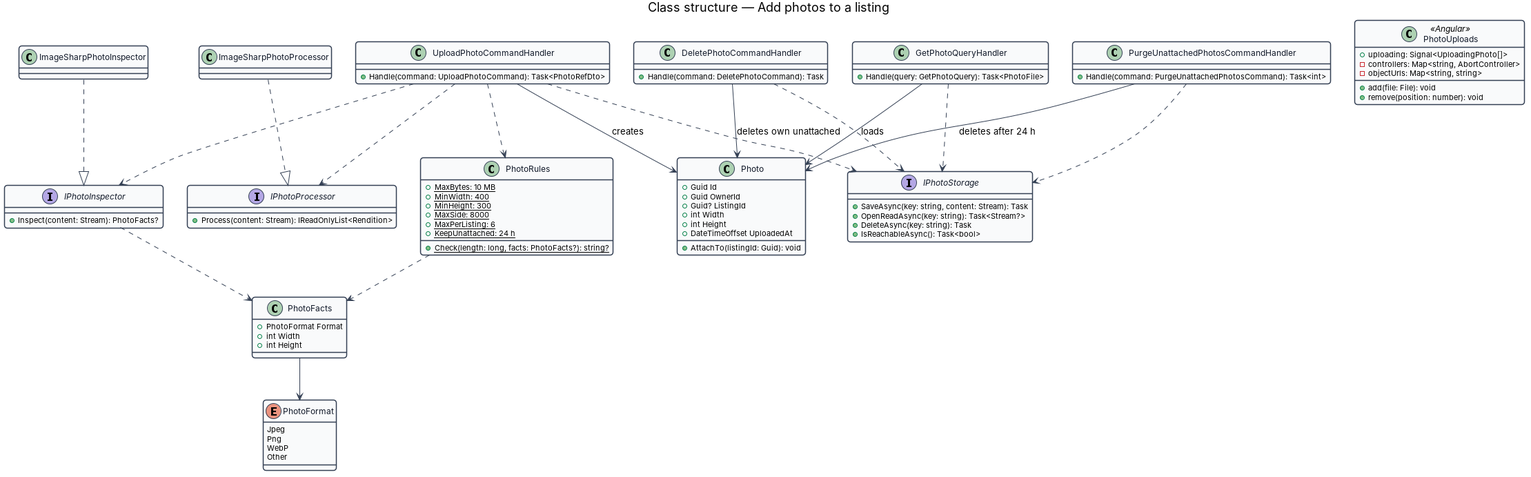
QuinntyneBrown/christian-rent keeps this PlantUML diagram as docs/detailed-designs/post/add-photos/diagrams/class-structure.png. Above is the earlier version. Its source is kept beside it as docs/detailed-designs/post/add-photos/diagrams/class-structure.puml.
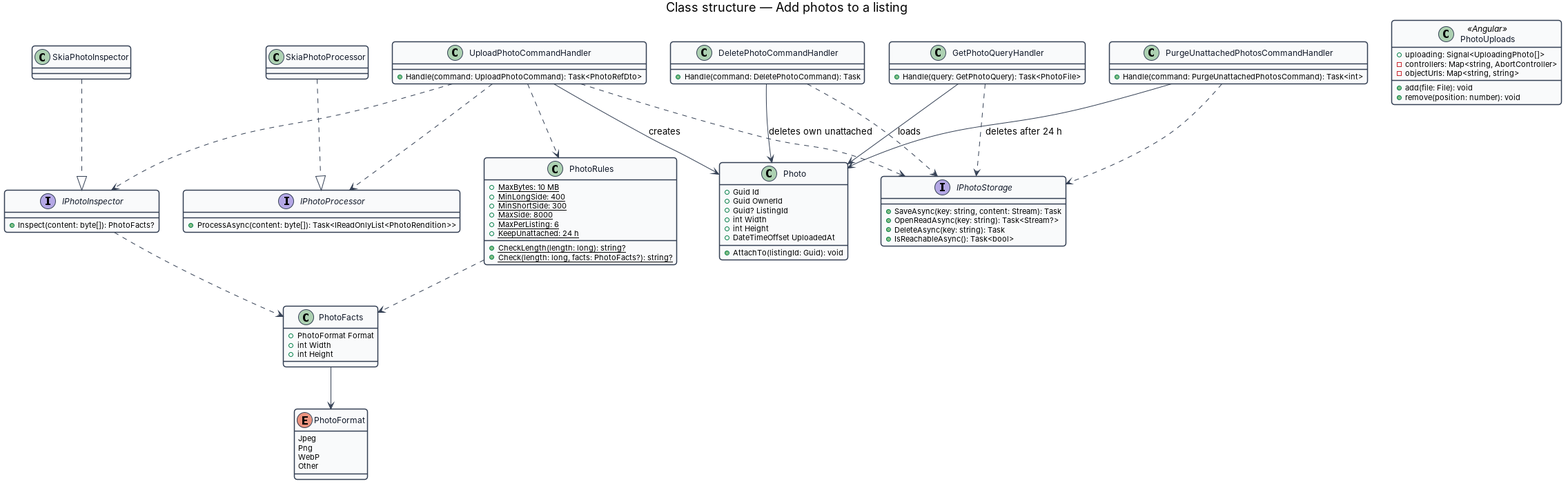
After the change.

Commit message:
Refuse a photo by its content, size and sides with its code, and only a member may upload; choose SkiaSharp over ImageSharp

Diff of the diagram source:
```diff
@@ -33,18 +33,19 @@
 }
 class PhotoRules {
   +{static} MaxBytes: 10 MB
-  +{static} MinWidth: 400
-  +{static} MinHeight: 300
+  +{static} MinLongSide: 400
+  +{static} MinShortSide: 300
   +{static} MaxSide: 8000
   +{static} MaxPerListing: 6
   +{static} KeepUnattached: 24 h
+  +{static} CheckLength(length: long): string?
   +{static} Check(length: long, facts: PhotoFacts?): string?
 }
 interface IPhotoInspector {
-  +Inspect(content: Stream): PhotoFacts?
+  +Inspect(content: byte[]): PhotoFacts?
 }
 interface IPhotoProcessor {
-  +Process(content: Stream): IReadOnlyList<Rendition>
+  +ProcessAsync(content: byte[]): Task<IReadOnlyList<PhotoRendition>>
 }
 interface IPhotoStorage {
   +SaveAsync(key: string, content: Stream): Task
@@ -52,8 +53,8 @@
   +DeleteAsync(key: string): Task
   +IsReachableAsync(): Task<bool>
 }
-class ImageSharpPhotoInspector
-class ImageSharpPhotoProcessor
+class SkiaPhotoInspector
+class SkiaPhotoProcessor
 class UploadPhotoCommandHandler {
   +Handle(command: UploadPhotoCommand): Task<PhotoRefDto>
 }
@@ -84,8 +85,8 @@
 PurgeUnattachedPhotosCommandHandler ..> IPhotoStorage
 GetPhotoQueryHandler --> Photo : loads
 GetPhotoQueryHandler ..> IPhotoStorage
-ImageSharpPhotoInspector ..|> IPhotoInspector
-ImageSharpPhotoProcessor ..|> IPhotoProcessor
+SkiaPhotoInspector ..|> IPhotoInspector
+SkiaPhotoProcessor ..|> IPhotoProcessor
 IPhotoInspector ..> PhotoFacts
 PhotoFacts --> PhotoFormat
 PhotoRules ..> PhotoFacts
```
